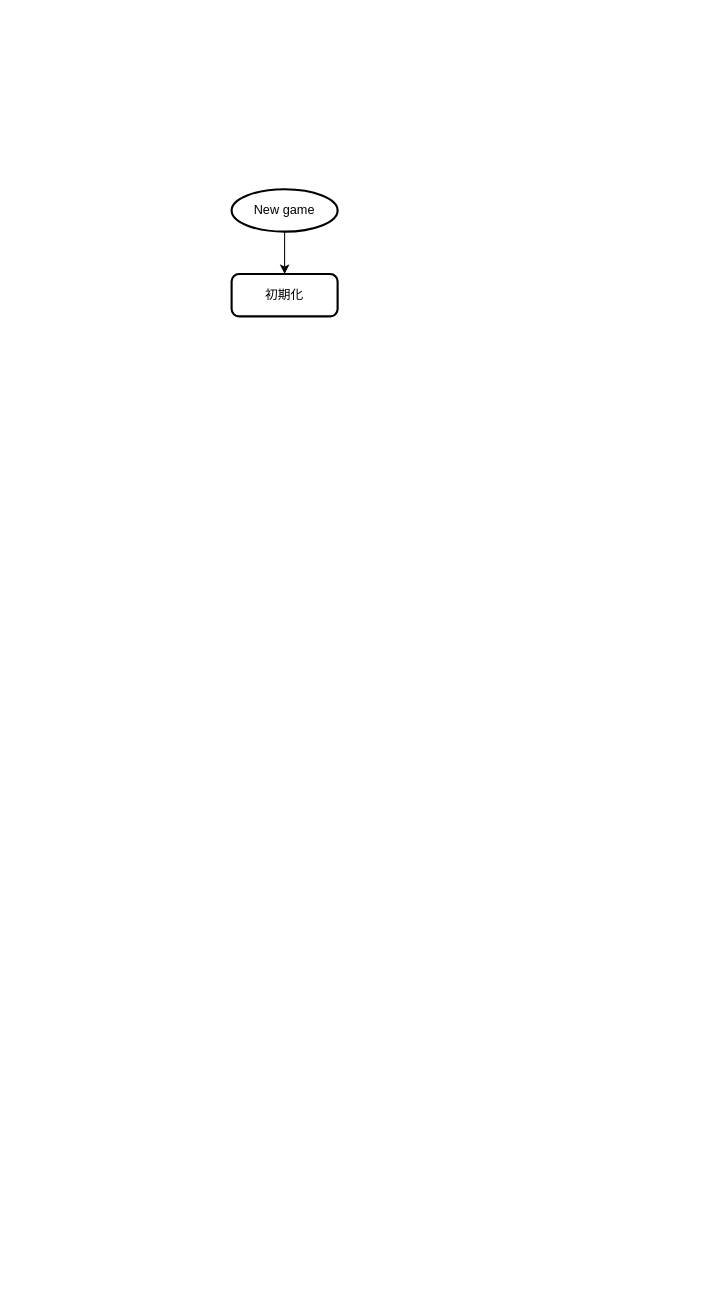
Earlier version of the draw.io diagram page "フローチャート" (2 of 2) of table.drawio (T-Miyaoka/geeklog). Source tidied: cells renumbered, new cells numbered last; positions are measured from the earlier drawing's top-left corner, leaving out a move shared by most shapes. Both pictures are drawn from the tidied source at 106%, with x=0, y=0 at pixel (231, 189).
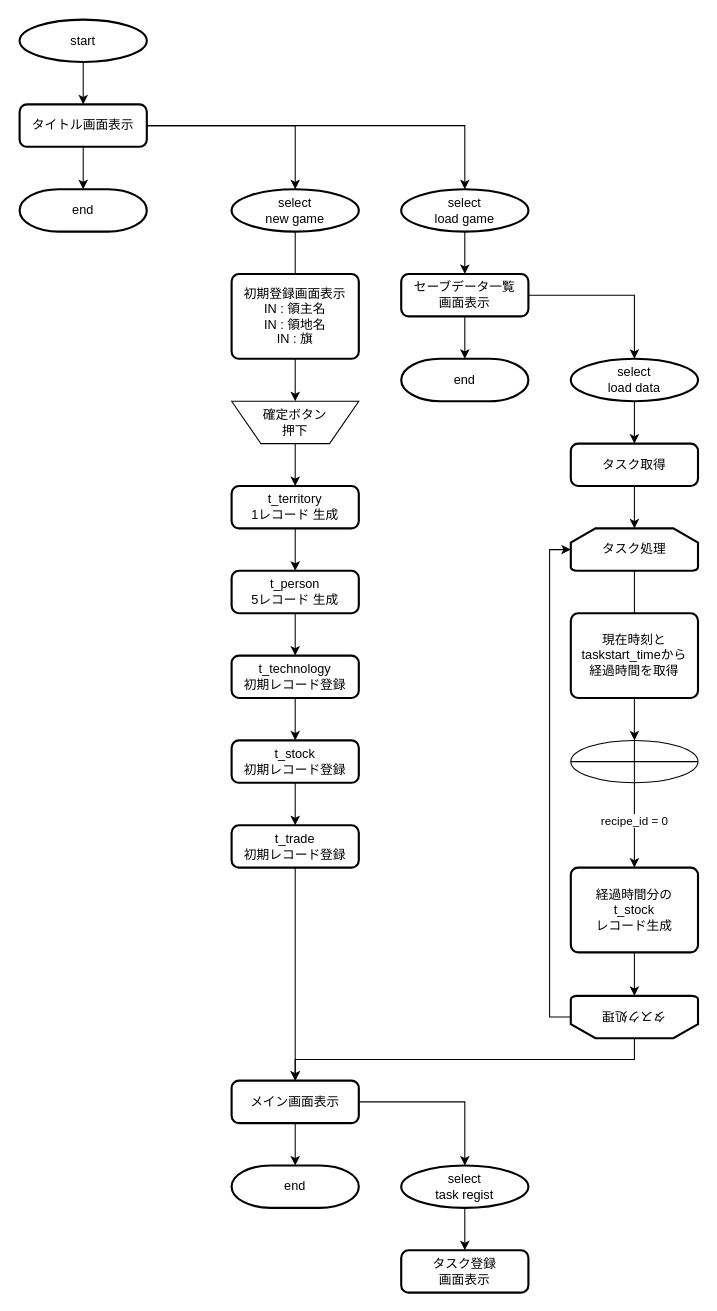
Above is the later version.

Change to the diagram source:
```diff
@@
-    <mxCell id="2" style="edgeStyle=orthogonalEdgeStyle;rounded=0;jettySize=auto;html=1;" parent="1" edge="1" source="3" target="4">
-      <mxGeometry relative="1" as="geometry" />
+    <mxCell id="2" style="edgeStyle=orthogonalEdgeStyle;rounded=0;jettySize=auto;html=1;" parent="1" edge="1" source="3">
+      <mxGeometry relative="1" as="geometry">
+        <mxPoint x="60" y="100" as="targetPoint" />
+      </mxGeometry>
     </mxCell>
-    <mxCell id="3" value="New game" style="strokeWidth=2;html=1;shape=mxgraph.flowchart.start_1;whiteSpace=wrap;" parent="1" vertex="1">
-      <mxGeometry width="100" height="40" as="geometry" />
+    <mxCell id="3" value="&lt;div&gt;select&lt;/div&gt;new game" style="strokeWidth=2;html=1;shape=mxgraph.flowchart.start_1;whiteSpace=wrap;" parent="1" vertex="1">
+      <mxGeometry width="120" height="40" as="geometry" />
     </mxCell>
-    <mxCell id="4" value="初期化" style="rounded=1;whiteSpace=wrap;html=1;absoluteArcSize=1;arcSize=14;strokeWidth=2;" parent="1" vertex="1">
-      <mxGeometry y="80" width="100" height="40" as="geometry" />
-    </mxCell>
+    <mxCell id="5" style="edgeStyle=orthogonalEdgeStyle;rounded=0;jettySize=auto;html=1;entryX=0.5;entryY=0;entryDx=0;entryDy=0;" parent="1" edge="1" source="6" target="8">
+      <mxGeometry relative="1" as="geometry" />
+    </mxCell>
+    <mxCell id="6" value="&lt;span style=&quot;text-wrap: nowrap;&quot;&gt;t_territory&lt;/span&gt;&lt;div&gt;&lt;span style=&quot;text-wrap: nowrap;&quot;&gt;1レコード 生成&lt;/span&gt;&lt;/div&gt;" style="rounded=1;whiteSpace=wrap;html=1;absoluteArcSize=1;arcSize=14;strokeWidth=2;" parent="1" vertex="1">
+      <mxGeometry y="280" width="120" height="40" as="geometry" />
+    </mxCell>
+    <mxCell id="7" style="edgeStyle=orthogonalEdgeStyle;rounded=0;jettySize=auto;html=1;" parent="1" edge="1" source="8" target="10">
+      <mxGeometry relative="1" as="geometry" />
+    </mxCell>
+    <mxCell id="8" value="&lt;span style=&quot;text-wrap: nowrap;&quot;&gt;t_person&lt;/span&gt;&lt;div&gt;&lt;span style=&quot;text-wrap: nowrap;&quot;&gt;5レコード 生成&lt;/span&gt;&lt;br&gt;&lt;/div&gt;" style="rounded=1;whiteSpace=wrap;html=1;absoluteArcSize=1;arcSize=14;strokeWidth=2;" parent="1" vertex="1">
+      <mxGeometry y="360" width="120" height="40" as="geometry" />
+    </mxCell>
+    <mxCell id="9" style="edgeStyle=orthogonalEdgeStyle;rounded=0;jettySize=auto;html=1;" parent="1" edge="1" source="10" target="12">
+      <mxGeometry relative="1" as="geometry" />
+    </mxCell>
+    <mxCell id="10" value="&lt;font style=&quot;font-size: 12px;&quot;&gt;&lt;span style=&quot;text-wrap: nowrap;&quot;&gt;t_technology&lt;/span&gt;&lt;/font&gt;&lt;div&gt;&lt;font style=&quot;font-size: 12px;&quot;&gt;&lt;span style=&quot;text-wrap: nowrap;&quot;&gt;初期レコード登録&lt;/span&gt;&lt;/font&gt;&lt;/div&gt;" style="rounded=1;whiteSpace=wrap;html=1;absoluteArcSize=1;arcSize=14;strokeWidth=2;" parent="1" vertex="1">
+      <mxGeometry y="440" width="120" height="40" as="geometry" />
+    </mxCell>
+    <mxCell id="11" style="edgeStyle=orthogonalEdgeStyle;rounded=0;jettySize=auto;html=1;entryX=0.5;entryY=0;entryDx=0;entryDy=0;" parent="1" edge="1" source="12" target="14">
+      <mxGeometry relative="1" as="geometry" />
+    </mxCell>
+    <mxCell id="12" value="&lt;span style=&quot;text-wrap: nowrap;&quot;&gt;&lt;font style=&quot;font-size: 12px;&quot;&gt;t_stock&lt;/font&gt;&lt;/span&gt;&lt;div&gt;&lt;span style=&quot;text-wrap: nowrap;&quot;&gt;初期レコード登録&lt;/span&gt;&lt;/div&gt;" style="rounded=1;whiteSpace=wrap;html=1;absoluteArcSize=1;arcSize=14;strokeWidth=2;" parent="1" vertex="1">
+      <mxGeometry y="520" width="120" height="40" as="geometry" />
+    </mxCell>
+    <mxCell id="13" style="edgeStyle=orthogonalEdgeStyle;rounded=0;jettySize=auto;html=1;" parent="1" edge="1" source="14" target="18">
+      <mxGeometry relative="1" as="geometry" />
+    </mxCell>
+    <mxCell id="14" value="&lt;span style=&quot;text-wrap: nowrap;&quot;&gt;&lt;font style=&quot;font-size: 12px;&quot;&gt;t_trade&lt;/font&gt;&lt;/span&gt;&lt;div&gt;&lt;span style=&quot;text-wrap: nowrap;&quot;&gt;初期レコード登録&lt;/span&gt;&lt;/div&gt;" style="rounded=1;whiteSpace=wrap;html=1;absoluteArcSize=1;arcSize=14;strokeWidth=2;" parent="1" vertex="1">
+      <mxGeometry y="600" width="120" height="40" as="geometry" />
+    </mxCell>
+    <mxCell id="15" style="edgeStyle=orthogonalEdgeStyle;rounded=0;jettySize=auto;html=1;entryX=0.5;entryY=0;entryDx=0;entryDy=0;" parent="1" edge="1" source="16" target="29">
+      <mxGeometry relative="1" as="geometry" />
+    </mxCell>
+    <mxCell id="16" value="&lt;div&gt;select&lt;/div&gt;load game" style="strokeWidth=2;html=1;shape=mxgraph.flowchart.start_1;whiteSpace=wrap;" parent="1" vertex="1">
+      <mxGeometry x="160" width="120" height="40" as="geometry" />
+    </mxCell>
+    <mxCell id="17" style="edgeStyle=orthogonalEdgeStyle;rounded=0;jettySize=auto;html=1;" parent="1" edge="1" source="18" target="39">
+      <mxGeometry relative="1" as="geometry" />
+    </mxCell>
+    <mxCell id="18" value="&lt;span style=&quot;text-wrap: nowrap;&quot;&gt;&lt;font style=&quot;font-size: 12px;&quot;&gt;メイン画面表示&lt;/font&gt;&lt;/span&gt;" style="rounded=1;whiteSpace=wrap;html=1;absoluteArcSize=1;arcSize=14;strokeWidth=2;" parent="1" vertex="1">
+      <mxGeometry y="841" width="120" height="40" as="geometry" />
+    </mxCell>
+    <mxCell id="19" value="end" style="strokeWidth=2;html=1;shape=mxgraph.flowchart.terminator;whiteSpace=wrap;" parent="1" vertex="1">
+      <mxGeometry y="921" width="120" height="40" as="geometry" />
+    </mxCell>
+    <mxCell id="20" style="edgeStyle=orthogonalEdgeStyle;rounded=0;jettySize=auto;html=1;entryX=0.5;entryY=0;entryDx=0;entryDy=0;entryPerimeter=0;" parent="1" edge="1" source="18" target="19">
+      <mxGeometry relative="1" as="geometry" />
+    </mxCell>
+    <mxCell id="21" style="edgeStyle=orthogonalEdgeStyle;rounded=0;jettySize=auto;html=1;" parent="1" edge="1" source="22" target="24">
+      <mxGeometry relative="1" as="geometry" />
+    </mxCell>
+    <mxCell id="22" value="start" style="strokeWidth=2;html=1;shape=mxgraph.flowchart.start_1;whiteSpace=wrap;" parent="1" vertex="1">
+      <mxGeometry x="-200" y="-160" width="120" height="40" as="geometry" />
+    </mxCell>
+    <mxCell id="23" style="edgeStyle=orthogonalEdgeStyle;rounded=0;jettySize=auto;html=1;" parent="1" edge="1" source="24" target="25">
+      <mxGeometry relative="1" as="geometry" />
+    </mxCell>
+    <mxCell id="24" value="&lt;span style=&quot;text-wrap: nowrap;&quot;&gt;タイトル画面表示&lt;/span&gt;" style="rounded=1;whiteSpace=wrap;html=1;absoluteArcSize=1;arcSize=14;strokeWidth=2;" parent="1" vertex="1">
+      <mxGeometry x="-200" y="-80" width="120" height="40" as="geometry" />
+    </mxCell>
+    <mxCell id="25" value="end" style="strokeWidth=2;html=1;shape=mxgraph.flowchart.terminator;whiteSpace=wrap;" parent="1" vertex="1">
+      <mxGeometry x="-200" width="120" height="40" as="geometry" />
+    </mxCell>
+    <mxCell id="26" style="edgeStyle=orthogonalEdgeStyle;rounded=0;jettySize=auto;html=1;entryX=0.5;entryY=0;entryDx=0;entryDy=0;entryPerimeter=0;" parent="1" edge="1" source="24" target="3">
+      <mxGeometry relative="1" as="geometry" />
+    </mxCell>
+    <mxCell id="27" style="edgeStyle=orthogonalEdgeStyle;rounded=0;jettySize=auto;html=1;entryX=0.5;entryY=0;entryDx=0;entryDy=0;entryPerimeter=0;" parent="1" edge="1" source="24" target="16">
+      <mxGeometry relative="1" as="geometry" />
+    </mxCell>
+    <mxCell id="28" style="edgeStyle=orthogonalEdgeStyle;rounded=0;jettySize=auto;html=1;" parent="1" edge="1" source="29" target="37">
+      <mxGeometry relative="1" as="geometry" />
+    </mxCell>
+    <mxCell id="29" value="&lt;span style=&quot;text-wrap: nowrap;&quot;&gt;&lt;font style=&quot;font-size: 12px;&quot;&gt;セーブデータ一覧&lt;/font&gt;&lt;/span&gt;&lt;div&gt;&lt;span style=&quot;text-wrap: nowrap;&quot;&gt;&lt;font style=&quot;font-size: 12px;&quot;&gt;画面表示&lt;/font&gt;&lt;/span&gt;&lt;/div&gt;" style="rounded=1;whiteSpace=wrap;html=1;absoluteArcSize=1;arcSize=14;strokeWidth=2;" parent="1" vertex="1">
+      <mxGeometry x="160" y="80" width="120" height="40" as="geometry" />
+    </mxCell>
+    <mxCell id="30" value="end" style="strokeWidth=2;html=1;shape=mxgraph.flowchart.terminator;whiteSpace=wrap;" parent="1" vertex="1">
+      <mxGeometry x="160" y="160" width="120" height="40" as="geometry" />
+    </mxCell>
+    <mxCell id="31" style="edgeStyle=orthogonalEdgeStyle;rounded=0;jettySize=auto;html=1;entryX=0.5;entryY=0;entryDx=0;entryDy=0;entryPerimeter=0;" parent="1" edge="1" source="29" target="30">
+      <mxGeometry relative="1" as="geometry" />
+    </mxCell>
+    <mxCell id="32" style="edgeStyle=orthogonalEdgeStyle;rounded=0;jettySize=auto;html=1;" parent="1" edge="1" source="33" target="35">
+      <mxGeometry relative="1" as="geometry" />
+    </mxCell>
+    <mxCell id="33" value="&lt;span style=&quot;text-wrap: nowrap;&quot;&gt;&lt;font style=&quot;font-size: 12px;&quot;&gt;初期登録画面表示&lt;/font&gt;&lt;/span&gt;&lt;div&gt;&lt;span style=&quot;text-wrap: nowrap;&quot;&gt;&lt;font style=&quot;font-size: 12px;&quot;&gt;IN : 領主名&lt;/font&gt;&lt;/span&gt;&lt;/div&gt;&lt;div&gt;&lt;span style=&quot;text-wrap: nowrap;&quot;&gt;&lt;font style=&quot;font-size: 12px;&quot;&gt;IN : 領地名&lt;/font&gt;&lt;/span&gt;&lt;/div&gt;&lt;div&gt;&lt;span style=&quot;text-wrap: nowrap;&quot;&gt;&lt;font style=&quot;font-size: 12px;&quot;&gt;IN : 旗&lt;/font&gt;&lt;/span&gt;&lt;/div&gt;" style="rounded=1;whiteSpace=wrap;html=1;absoluteArcSize=1;arcSize=14;strokeWidth=2;" parent="1" vertex="1">
+      <mxGeometry y="80" width="120" height="80" as="geometry" />
+    </mxCell>
+    <mxCell id="34" style="edgeStyle=orthogonalEdgeStyle;rounded=0;jettySize=auto;html=1;entryX=0.5;entryY=0;entryDx=0;entryDy=0;" parent="1" edge="1" source="35" target="6">
+      <mxGeometry relative="1" as="geometry" />
+    </mxCell>
+    <mxCell id="35" value="確定ボタン&lt;div&gt;押下&lt;/div&gt;" style="verticalLabelPosition=middle;verticalAlign=middle;html=1;shape=trapezoid;perimeter=trapezoidPerimeter;whiteSpace=wrap;size=0.23;arcSize=10;flipV=1;labelPosition=center;align=center;" parent="1" vertex="1">
+      <mxGeometry y="200" width="120" height="40" as="geometry" />
+    </mxCell>
+    <mxCell id="36" style="edgeStyle=orthogonalEdgeStyle;rounded=0;jettySize=auto;html=1;entryX=0.5;entryY=0;entryDx=0;entryDy=0;exitX=0.5;exitY=0;exitDx=0;exitDy=0;exitPerimeter=0;" parent="1" edge="1" source="45" target="18">
+      <mxGeometry relative="1" as="geometry">
+        <Array as="points">
+          <mxPoint x="380" y="821" />
+          <mxPoint x="60" y="821" />
+        </Array>
+      </mxGeometry>
+    </mxCell>
+    <mxCell id="37" value="&lt;div&gt;select&lt;/div&gt;&lt;div&gt;load data&lt;/div&gt;" style="strokeWidth=2;html=1;shape=mxgraph.flowchart.start_1;whiteSpace=wrap;" parent="1" vertex="1">
+      <mxGeometry x="320" y="160" width="120" height="40" as="geometry" />
+    </mxCell>
+    <mxCell id="38" style="edgeStyle=orthogonalEdgeStyle;rounded=0;jettySize=auto;html=1;" parent="1" edge="1" source="39" target="40">
+      <mxGeometry relative="1" as="geometry" />
+    </mxCell>
+    <mxCell id="39" value="&lt;div&gt;select&lt;/div&gt;&lt;div&gt;task regist&lt;/div&gt;" style="strokeWidth=2;html=1;shape=mxgraph.flowchart.start_1;whiteSpace=wrap;" parent="1" vertex="1">
+      <mxGeometry x="160" y="921" width="120" height="40" as="geometry" />
+    </mxCell>
+    <mxCell id="40" value="&lt;span style=&quot;text-wrap: nowrap;&quot;&gt;&lt;font style=&quot;font-size: 12px;&quot;&gt;タスク登録&lt;/font&gt;&lt;/span&gt;&lt;div&gt;&lt;span style=&quot;text-wrap: nowrap;&quot;&gt;&lt;font style=&quot;font-size: 12px;&quot;&gt;画面表示&lt;/font&gt;&lt;/span&gt;&lt;/div&gt;" style="rounded=1;whiteSpace=wrap;html=1;absoluteArcSize=1;arcSize=14;strokeWidth=2;" parent="1" vertex="1">
+      <mxGeometry x="160" y="1001" width="120" height="40" as="geometry" />
+    </mxCell>
+    <mxCell id="41" style="edgeStyle=orthogonalEdgeStyle;rounded=0;jettySize=auto;html=1;entryX=0.5;entryY=0;entryDx=0;entryDy=0;" parent="1" edge="1" source="37" target="43">
+      <mxGeometry relative="1" as="geometry" />
+    </mxCell>
+    <mxCell id="42" style="edgeStyle=orthogonalEdgeStyle;rounded=0;jettySize=auto;html=1;entryX=0.5;entryY=0;entryDx=0;entryDy=0;entryPerimeter=0;" parent="1" edge="1" source="50" target="48">
+      <mxGeometry relative="1" as="geometry" />
+    </mxCell>
+    <mxCell id="43" value="&lt;span style=&quot;text-wrap: nowrap;&quot;&gt;タスク取得&lt;/span&gt;" style="rounded=1;whiteSpace=wrap;html=1;absoluteArcSize=1;arcSize=14;strokeWidth=2;" parent="1" vertex="1">
+      <mxGeometry x="320" y="240" width="120" height="40" as="geometry" />
+    </mxCell>
+    <mxCell id="44" value="&lt;div&gt;&lt;span style=&quot;text-wrap: nowrap;&quot;&gt;経過時間分の&lt;/span&gt;&lt;/div&gt;&lt;span style=&quot;text-wrap: nowrap;&quot;&gt;t_stock&lt;/span&gt;&lt;div&gt;&lt;span style=&quot;text-wrap: nowrap;&quot;&gt;レコード生成&lt;/span&gt;&lt;/div&gt;" style="rounded=1;whiteSpace=wrap;html=1;absoluteArcSize=1;arcSize=14;strokeWidth=2;" parent="1" vertex="1">
+      <mxGeometry x="320" y="640" width="120" height="80" as="geometry" />
+    </mxCell>
+    <mxCell id="45" value="タスク処理" style="strokeWidth=2;html=1;shape=mxgraph.flowchart.loop_limit;whiteSpace=wrap;rotation=-180;" parent="1" vertex="1">
+      <mxGeometry x="320" y="761" width="120" height="40" as="geometry" />
+    </mxCell>
+    <mxCell id="46" style="edgeStyle=orthogonalEdgeStyle;rounded=0;jettySize=auto;html=1;exitX=0.5;exitY=1;exitDx=0;exitDy=0;exitPerimeter=0;entryX=0.5;entryY=0;entryDx=0;entryDy=0;" parent="1" edge="1" source="48" target="44">
+      <mxGeometry relative="1" as="geometry" />
+    </mxCell>
+    <mxCell id="47" value="recipe_id = 0" style="edgeLabel;html=1;align=center;verticalAlign=middle;" parent="46" vertex="1">
+      <mxGeometry x="-0.12" y="-1" relative="1" as="geometry" />
+    </mxCell>
+    <mxCell id="48" style="verticalLabelPosition=bottom;verticalAlign=top;html=1;shape=mxgraph.flowchart.summing_function;" parent="1" vertex="1">
+      <mxGeometry x="320" y="520" width="120" height="40" as="geometry" />
+    </mxCell>
+    <mxCell id="49" style="edgeStyle=orthogonalEdgeStyle;rounded=0;jettySize=auto;html=1;entryX=0.5;entryY=0;entryDx=0;entryDy=0;" parent="1" edge="1" source="43" target="50">
+      <mxGeometry relative="1" as="geometry" />
+    </mxCell>
+    <mxCell id="50" value="タスク処理" style="strokeWidth=2;html=1;shape=mxgraph.flowchart.loop_limit;whiteSpace=wrap;" parent="1" vertex="1">
+      <mxGeometry x="320" y="320" width="120" height="40" as="geometry" />
+    </mxCell>
+    <mxCell id="51" style="edgeStyle=orthogonalEdgeStyle;rounded=0;jettySize=auto;html=1;entryX=0;entryY=0.5;entryDx=0;entryDy=0;entryPerimeter=0;exitX=1;exitY=0.5;exitDx=0;exitDy=0;exitPerimeter=0;" parent="1" edge="1" source="45" target="50">
+      <mxGeometry relative="1" as="geometry" />
+    </mxCell>
+    <mxCell id="52" style="edgeStyle=orthogonalEdgeStyle;rounded=0;jettySize=auto;html=1;exitX=0.5;exitY=1;exitDx=0;exitDy=0;entryX=0.5;entryY=1;entryDx=0;entryDy=0;entryPerimeter=0;" parent="1" edge="1" source="44" target="45">
+      <mxGeometry relative="1" as="geometry" />
+    </mxCell>
+    <mxCell id="53" value="&lt;span style=&quot;text-align: left;&quot;&gt;&lt;font style=&quot;font-size: 12px;&quot;&gt;現在時刻とtaskstart_timeから&lt;/font&gt;&lt;/span&gt;&lt;div&gt;&lt;span style=&quot;text-align: left;&quot;&gt;&lt;font style=&quot;font-size: 12px;&quot;&gt;経過時間を取得&lt;/font&gt;&lt;/span&gt;&lt;/div&gt;" style="rounded=1;whiteSpace=wrap;html=1;absoluteArcSize=1;arcSize=14;strokeWidth=2;" parent="1" vertex="1">
+      <mxGeometry x="320" y="400" width="120" height="80" as="geometry" />
+    </mxCell>
```
